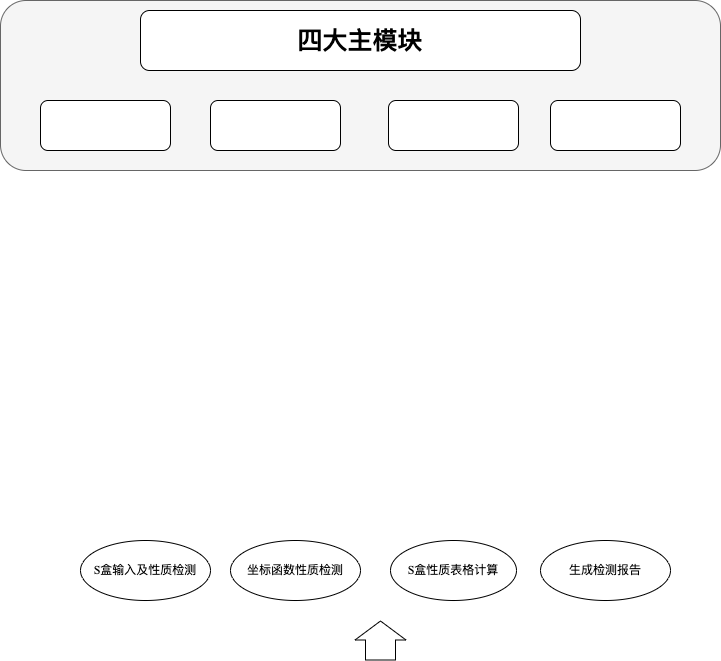
Above: jiagou.png in GRHun/image-PicX (draw.io), before the change. Source tidied: cells renumbered, new cells last; positions are measured from the earlier drawing's top-left corner, leaving out a move shared by most shapes.
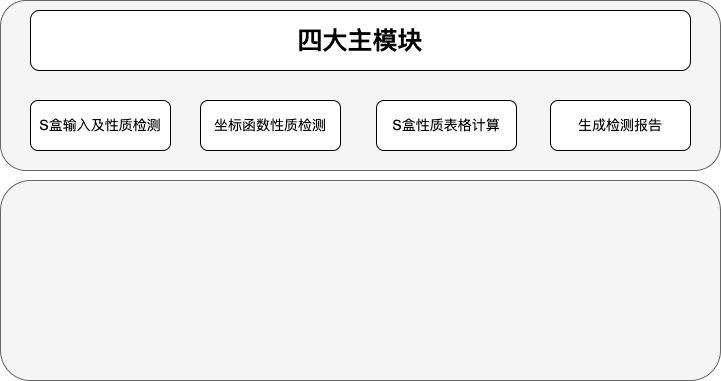
Later version of the same file.

What changed in the source:
```diff
@@ -6,37 +6,22 @@
       <mxGeometry width="720" height="170" as="geometry" />
     </mxCell>
     <mxCell id="3" value="&lt;h1&gt;&lt;font style=&quot;font-size: 25px;&quot; face=&quot;宋体&quot;&gt;四大主模块&lt;/font&gt;&lt;/h1&gt;" style="rounded=1;whiteSpace=wrap;html=1;fontStyle=1;fontFamily=Times New Roman;glass=0;" parent="1" vertex="1">
-      <mxGeometry x="140" y="10" width="440" height="60" as="geometry" />
+      <mxGeometry x="30" y="10" width="660" height="60" as="geometry" />
     </mxCell>
-    <mxCell id="4" value="S盒输入及性质检测" style="ellipse;whiteSpace=wrap;html=1;fontFamily=Times New Roman;labelBackgroundColor=default;" parent="1" vertex="1">
-      <mxGeometry x="80" y="540" width="130" height="60" as="geometry" />
-    </mxCell>
+    <mxCell id="9" value="S盒输入及性质检测" style="rounded=1;whiteSpace=wrap;html=1;shadow=0;glass=0;sketch=0;fontSize=14;" parent="1" vertex="1">
+      <mxGeometry x="30" y="100" width="140" height="50" as="geometry" />
+    </mxCell>
-    <mxCell id="5" value="坐标函数性质检测" style="ellipse;whiteSpace=wrap;html=1;fontFamily=Times New Roman;" parent="1" vertex="1">
-      <mxGeometry x="230" y="540" width="130" height="60" as="geometry" />
+    <mxCell id="5" value="坐标函数性质检测" style="rounded=1;whiteSpace=wrap;html=1;shadow=0;glass=0;sketch=0;fontSize=14;" parent="1" vertex="1">
+      <mxGeometry x="200" y="100" width="140" height="50" as="geometry" />
     </mxCell>
-    <mxCell id="6" value="S盒性质表格计算" style="ellipse;whiteSpace=wrap;html=1;fontFamily=Times New Roman;" parent="1" vertex="1">
-      <mxGeometry x="390" y="540" width="126" height="60" as="geometry" />
+    <mxCell id="6" value="S盒性质表格计算" style="rounded=1;whiteSpace=wrap;html=1;shadow=0;glass=0;sketch=0;fontSize=14;" parent="1" vertex="1">
+      <mxGeometry x="376" y="100" width="140" height="50" as="geometry" />
     </mxCell>
-    <mxCell id="7" value="生成检测报告" style="ellipse;whiteSpace=wrap;html=1;fontFamily=Times New Roman;" parent="1" vertex="1">
-      <mxGeometry x="540" y="540" width="130" height="60" as="geometry" />
+    <mxCell id="7" value="生成检测报告" style="rounded=1;whiteSpace=wrap;html=1;shadow=0;glass=0;sketch=0;fontSize=14;" parent="1" vertex="1">
+      <mxGeometry x="550" y="100" width="140" height="50" as="geometry" />
     </mxCell>
-    <mxCell id="8" style="shape=flexArrow;endArrow=classic;html=1;rounded=0;fontFamily=Times New Roman;width=30;endSize=6;entryX=0.5;entryY=1;entryDx=0;entryDy=0;" parent="1" edge="1">
-      <mxGeometry relative="1" as="geometry">
-        <mxPoint x="380" y="660" as="sourcePoint" />
-        <mxPoint x="380" y="620" as="targetPoint" />
-      </mxGeometry>
-    </mxCell>
-    <mxCell id="9" style="rounded=1;whiteSpace=wrap;html=1;shadow=0;glass=0;sketch=0;fontSize=18;" parent="1" vertex="1">
-      <mxGeometry x="40" y="100" width="130" height="50" as="geometry" />
-    </mxCell>
-    <mxCell id="10" style="rounded=1;whiteSpace=wrap;html=1;shadow=0;glass=0;sketch=0;fontSize=25;" parent="1" vertex="1">
-      <mxGeometry x="210" y="100" width="130" height="50" as="geometry" />
-    </mxCell>
-    <mxCell id="11" style="rounded=1;whiteSpace=wrap;html=1;shadow=0;glass=0;sketch=0;fontSize=25;" parent="1" vertex="1">
-      <mxGeometry x="388" y="100" width="130" height="50" as="geometry" />
-    </mxCell>
-    <mxCell id="12" style="rounded=1;whiteSpace=wrap;html=1;shadow=0;glass=0;sketch=0;fontSize=25;" parent="1" vertex="1">
-      <mxGeometry x="550" y="100" width="130" height="50" as="geometry" />
-    </mxCell>
+    <mxCell id="13" style="rounded=1;whiteSpace=wrap;html=1;labelBackgroundColor=#99FFFF;fontFamily=Times New Roman;fillColor=#f5f5f5;strokeColor=#666666;glass=0;shadow=0;sketch=0;fontColor=#333333;" parent="1" vertex="1">
+      <mxGeometry y="180" width="720" height="200" as="geometry" />
+    </mxCell>
   </root>
 </mxGraphModel>
```
